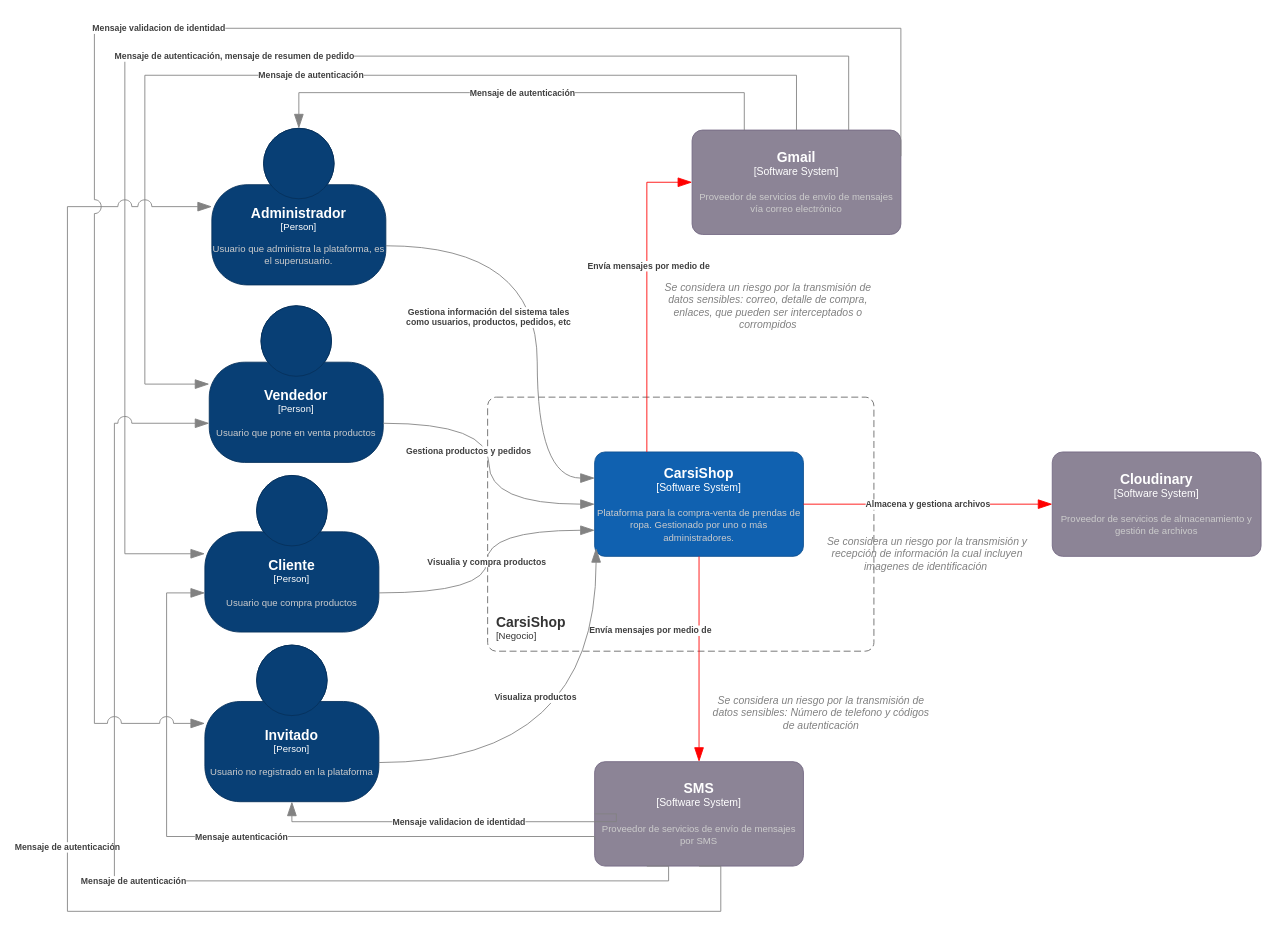
This is page "contexto con riesgos" (1 of 8) of Diagrama/c4CarsiShop.drawio from EmilianoChofis/c4CarsiShop, a draw.io file, before an edit. Source tidied: cells renumbered, new cells numbered last; positions are measured from the earlier drawing's top-left corner, leaving out a move shared by most shapes. Both pictures are drawn from the tidied source at 87%, with x=0, y=0 at pixel (67, 28).
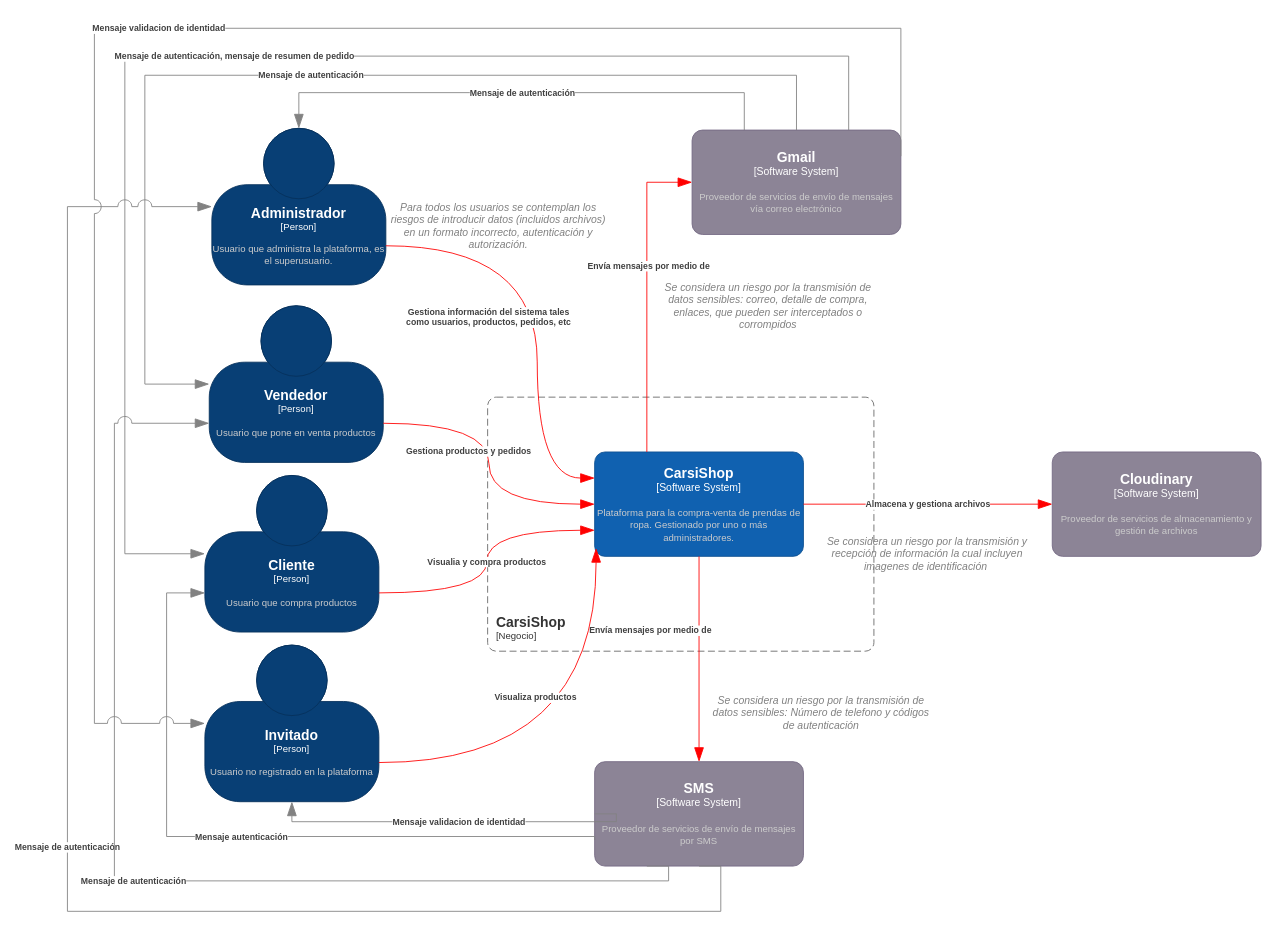
After the change.

Commit message (it also covers changes not shown here):
[ADD] contenedores con riesgos

The change refers to these unchanged cells:
```xml
<object id="2" label="&lt;font style=&quot;font-size: 16px&quot;&gt;&lt;b&gt;%c4Name%&lt;/b&gt;&lt;/font&gt;&lt;div&gt;[%c4Type%]&lt;/div&gt;&lt;br&gt;&lt;div&gt;&lt;font style=&quot;font-size: 11px&quot;&gt;&lt;font color=&quot;#cccccc&quot;&gt;%c4Description%&lt;/font&gt;&lt;/div&gt;" c4Description="Usuario que pone en venta productos" c4Name="Vendedor" c4Type="Person" placeholders="1">
  <mxCell style="html=1;fontSize=11;dashed=0;whiteSpace=wrap;fillColor=#083F75;strokeColor=#06315C;fontColor=#ffffff;shape=mxgraph.c4.person2;align=center;points=[[0.5,0,0],[1,0.5,0],[1,0.75,0],[0.75,1,0],[0.5,1,0],[0.25,1,0],[0,0.75,0],[0,0.5,0]];" parent="1" vertex="1">
    <mxGeometry x="163" y="319" width="200" height="180" as="geometry" />
  </mxCell>
</object>
<object id="3" label="&lt;font style=&quot;font-size: 16px&quot;&gt;&lt;b&gt;%c4Name%&lt;/b&gt;&lt;/font&gt;&lt;div&gt;[%c4Type%]&lt;/div&gt;&lt;br&gt;&lt;div&gt;&lt;font style=&quot;font-size: 11px&quot;&gt;&lt;font color=&quot;#cccccc&quot;&gt;%c4Description%&lt;/font&gt;&lt;/div&gt;" c4Description="Usuario que compra productos" c4Name="Cliente" c4Type="Person" placeholders="1">
  <mxCell style="html=1;fontSize=11;dashed=0;whiteSpace=wrap;fillColor=#083F75;strokeColor=#06315C;fontColor=#ffffff;shape=mxgraph.c4.person2;align=center;points=[[0.5,0,0],[1,0.5,0],[1,0.75,0],[0.75,1,0],[0.5,1,0],[0.25,1,0],[0,0.75,0],[0,0.5,0]];" parent="1" vertex="1">
    <mxGeometry x="158" y="514" width="200" height="180" as="geometry" />
  </mxCell>
</object>
<object id="4" label="&lt;font style=&quot;font-size: 16px&quot;&gt;&lt;b&gt;%c4Name%&lt;/b&gt;&lt;/font&gt;&lt;div&gt;[%c4Type%]&lt;/div&gt;&lt;br&gt;&lt;div&gt;&lt;font style=&quot;font-size: 11px&quot;&gt;&lt;font color=&quot;#cccccc&quot;&gt;%c4Description%&lt;/font&gt;&lt;/div&gt;" c4Description="Usuario no registrado en la plataforma" c4Name="Invitado" c4Type="Person" placeholders="1">
  <mxCell style="html=1;fontSize=11;dashed=0;whiteSpace=wrap;fillColor=#083F75;strokeColor=#06315C;fontColor=#ffffff;shape=mxgraph.c4.person2;align=center;points=[[0.5,0,0],[1,0.5,0],[1,0.75,0],[0.75,1,0],[0.5,1,0],[0.25,1,0],[0,0.75,0],[0,0.5,0]];" parent="1" vertex="1">
    <mxGeometry x="158" y="709" width="200" height="180" as="geometry" />
  </mxCell>
</object>
<object id="5" label="&lt;font style=&quot;font-size: 16px&quot;&gt;&lt;b&gt;%c4Name%&lt;/b&gt;&lt;/font&gt;&lt;div&gt;[%c4Type%]&lt;/div&gt;&lt;br&gt;&lt;div&gt;&lt;font style=&quot;font-size: 11px&quot;&gt;&lt;font color=&quot;#cccccc&quot;&gt;%c4Description%&lt;/font&gt;&lt;/div&gt;" c4Description="Usuario que administra la plataforma, es el superusuario. " c4Name="Administrador" c4Type="Person" placeholders="1">
  <mxCell style="html=1;fontSize=11;dashed=0;whiteSpace=wrap;fillColor=#083F75;strokeColor=#06315C;fontColor=#ffffff;shape=mxgraph.c4.person2;align=center;points=[[0.5,0,0],[1,0.5,0],[1,0.75,0],[0.75,1,0],[0.5,1,0],[0.25,1,0],[0,0.75,0],[0,0.5,0]];" parent="1" vertex="1">
    <mxGeometry x="166" y="115" width="200" height="180" as="geometry" />
  </mxCell>
</object>
<object id="7" label="&lt;font style=&quot;font-size: 16px&quot;&gt;&lt;b&gt;%c4Name%&lt;/b&gt;&lt;/font&gt;&lt;div&gt;[%c4Type%]&lt;/div&gt;&lt;br&gt;&lt;div&gt;&lt;font style=&quot;font-size: 11px&quot;&gt;&lt;font color=&quot;#cccccc&quot;&gt;%c4Description%&lt;/font&gt;&lt;/div&gt;" c4Description="Plataforma para la compra-venta de prendas de ropa. Gestionado por uno o más administradores." c4Name="CarsiShop" c4Type="Software System" placeholders="1">
  <mxCell style="rounded=1;whiteSpace=wrap;html=1;labelBackgroundColor=none;fillColor=#1061B0;fontColor=#ffffff;align=center;arcSize=10;strokeColor=#0D5091;points=[[0.25,0,0],[0.5,0,0],[0.75,0,0],[1,0.25,0],[1,0.5,0],[1,0.75,0],[0.75,1,0],[0.5,1,0],[0.25,1,0],[0,0.75,0],[0,0.5,0],[0,0.25,0]];" parent="1" vertex="1">
    <mxGeometry x="606" y="487" width="240" height="120" as="geometry" />
  </mxCell>
</object>
```

What changed in the source:
```diff
@@
     <object id="14" label="&lt;div style=&quot;text-align: left&quot;&gt;&lt;div style=&quot;text-align: center&quot;&gt;&lt;b&gt;%c4Description%&lt;/b&gt;&lt;/div&gt;" c4Description="Gestiona información del sistema tales &#10;como usuarios, productos, pedidos, etc" placeholders="1">
-      <mxCell style="endArrow=blockThin;html=1;fontSize=10;fontColor=#404040;strokeWidth=1;endFill=1;strokeColor=#828282;elbow=vertical;endSize=14;startSize=14;jumpStyle=arc;jumpSize=16;rounded=0;edgeStyle=orthogonalEdgeStyle;curved=1;exitX=1;exitY=0.75;exitDx=0;exitDy=0;exitPerimeter=0;entryX=0;entryY=0.25;entryDx=0;entryDy=0;entryPerimeter=0;" parent="1" edge="1" source="5" target="7">
+      <mxCell style="endArrow=blockThin;html=1;fontSize=10;fontColor=#404040;strokeWidth=1;endFill=1;strokeColor=#FF0000;elbow=vertical;endSize=14;startSize=14;jumpStyle=arc;jumpSize=16;rounded=0;edgeStyle=orthogonalEdgeStyle;curved=1;exitX=1;exitY=0.75;exitDx=0;exitDy=0;exitPerimeter=0;entryX=0;entryY=0.25;entryDx=0;entryDy=0;entryPerimeter=0;" parent="1" edge="1" source="5" target="7">
         <mxGeometry x="0.01" y="-56" relative="1" as="geometry">
           <Array as="points">
             <mxPoint x="540" y="250" />
             <mxPoint x="540" y="517" />
           </Array>
         </mxGeometry>
       </mxCell>
     </object>
     <object id="15" label="&lt;div style=&quot;text-align: left&quot;&gt;&lt;div style=&quot;text-align: center&quot;&gt;&lt;b&gt;%c4Description%&lt;/b&gt;&lt;/div&gt;" c4Description="Gestiona productos y pedidos " placeholders="1">
-      <mxCell style="endArrow=blockThin;html=1;fontSize=10;fontColor=#404040;strokeWidth=1;endFill=1;strokeColor=#828282;elbow=vertical;endSize=14;startSize=14;jumpStyle=arc;jumpSize=16;rounded=0;edgeStyle=orthogonalEdgeStyle;curved=1;exitX=1;exitY=0.75;exitDx=0;exitDy=0;exitPerimeter=0;entryX=0;entryY=0.5;entryDx=0;entryDy=0;entryPerimeter=0;" parent="1" edge="1" source="2" target="7">
+      <mxCell style="endArrow=blockThin;html=1;fontSize=10;fontColor=#404040;strokeWidth=1;endFill=1;strokeColor=#FF0000;elbow=vertical;endSize=14;startSize=14;jumpStyle=arc;jumpSize=16;rounded=0;edgeStyle=orthogonalEdgeStyle;curved=1;exitX=1;exitY=0.75;exitDx=0;exitDy=0;exitPerimeter=0;entryX=0;entryY=0.5;entryDx=0;entryDy=0;entryPerimeter=0;" parent="1" edge="1" source="2" target="7">
         <mxGeometry x="-0.09" y="-24" relative="1" as="geometry" />
       </mxCell>
     </object>
     <object id="16" label="&lt;div style=&quot;text-align: left&quot;&gt;&lt;div style=&quot;text-align: center&quot;&gt;&lt;b&gt;%c4Description%&lt;/b&gt;&lt;/div&gt;" c4Description="Visualia y compra productos" placeholders="1">
-      <mxCell style="endArrow=blockThin;html=1;fontSize=10;fontColor=#404040;strokeWidth=1;endFill=1;strokeColor=#828282;elbow=vertical;endSize=14;startSize=14;jumpStyle=arc;jumpSize=16;rounded=0;edgeStyle=orthogonalEdgeStyle;curved=1;exitX=1;exitY=0.75;exitDx=0;exitDy=0;exitPerimeter=0;entryX=0;entryY=0.75;entryDx=0;entryDy=0;entryPerimeter=0;" parent="1" edge="1" source="3" target="7">
+      <mxCell style="endArrow=blockThin;html=1;fontSize=10;fontColor=#404040;strokeWidth=1;endFill=1;strokeColor=#FF0000;elbow=vertical;endSize=14;startSize=14;jumpStyle=arc;jumpSize=16;rounded=0;edgeStyle=orthogonalEdgeStyle;curved=1;exitX=1;exitY=0.75;exitDx=0;exitDy=0;exitPerimeter=0;entryX=0;entryY=0.75;entryDx=0;entryDy=0;entryPerimeter=0;" parent="1" edge="1" source="3" target="7">
         <mxGeometry relative="1" as="geometry" />
       </mxCell>
     </object>
     <object id="17" label="&lt;div style=&quot;text-align: left&quot;&gt;&lt;div style=&quot;text-align: center&quot;&gt;&lt;b&gt;%c4Description%&lt;/b&gt;&lt;/div&gt;" c4Description="Visualiza productos" placeholders="1">
-      <mxCell style="endArrow=blockThin;html=1;fontSize=10;fontColor=#404040;strokeWidth=1;endFill=1;strokeColor=#828282;elbow=vertical;endSize=14;startSize=14;jumpStyle=arc;jumpSize=16;rounded=0;edgeStyle=orthogonalEdgeStyle;curved=1;exitX=1;exitY=0.75;exitDx=0;exitDy=0;exitPerimeter=0;entryX=0.007;entryY=0.922;entryDx=0;entryDy=0;entryPerimeter=0;" parent="1" edge="1" source="4" target="7">
+      <mxCell style="endArrow=blockThin;html=1;fontSize=10;fontColor=#404040;strokeWidth=1;endFill=1;strokeColor=#FF0000;elbow=vertical;endSize=14;startSize=14;jumpStyle=arc;jumpSize=16;rounded=0;edgeStyle=orthogonalEdgeStyle;curved=1;exitX=1;exitY=0.75;exitDx=0;exitDy=0;exitPerimeter=0;entryX=0.007;entryY=0.922;entryDx=0;entryDy=0;entryPerimeter=0;" parent="1" edge="1" source="4" target="7">
         <mxGeometry x="0.31" y="70" relative="1" as="geometry" />
       </mxCell>
     </object>
@@
+    <mxCell id="29" value="&lt;i&gt;&lt;font color=&quot;#808080&quot;&gt;Para todos los usuarios se contemplan los riesgos de introducir datos (incluidos archivos) en un formato incorrecto, autenticación y autorización.&lt;/font&gt;&lt;/i&gt;" style="text;strokeColor=none;align=center;fillColor=none;html=1;verticalAlign=middle;whiteSpace=wrap;rounded=0;" parent="1" vertex="1">
+      <mxGeometry x="366" y="212" width="259" height="30" as="geometry" />
+    </mxCell>
```
